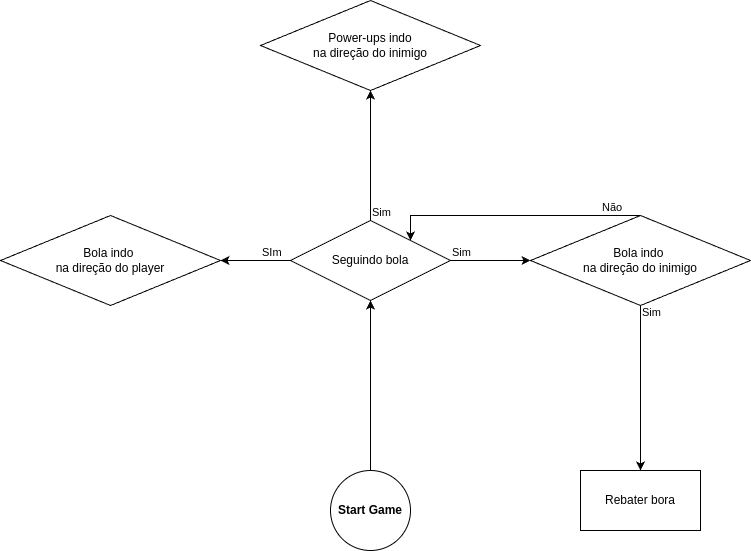
Before: FSM_diagram2.drawio.png, a diagram exported from draw.io (guiardev/Game-design-). Source tidied: cells renumbered, new cells last; positions are measured from the earlier drawing's top-left corner, leaving out a move shared by most shapes.
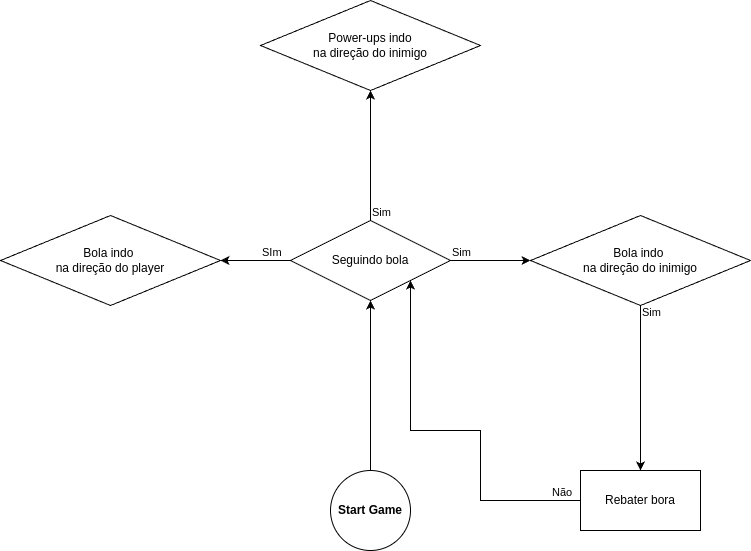
After the change.

What changed in the source:
```diff
@@ -51,17 +51,19 @@
         <mxPoint y="15" as="offset" />
       </mxGeometry>
     </mxCell>
-    <mxCell id="17" style="endArrow=classic;html=1;rounded=0;exitX=0.5;exitY=0;exitDx=0;exitDy=0;entryX=1;entryY=0;entryDx=0;entryDy=0;" parent="1" edge="1" source="5" target="3">
-      <mxGeometry relative="1" as="geometry">
-        <Array as="points">
-          <mxPoint x="510" y="215" />
-          <mxPoint x="410" y="215" />
-        </Array>
-      </mxGeometry>
-    </mxCell>
+    <mxCell id="19" style="endArrow=classic;html=1;rounded=0;exitX=0;exitY=0.5;exitDx=0;exitDy=0;entryX=1;entryY=1;entryDx=0;entryDy=0;" parent="1" edge="1" source="14" target="3">
+      <mxGeometry relative="1" as="geometry">
+        <Array as="points">
+          <mxPoint x="480" y="500" />
+          <mxPoint x="480" y="430" />
+          <mxPoint x="410" y="430" />
+          <mxPoint x="410" y="380" />
+        </Array>
+      </mxGeometry>
+    </mxCell>
-    <mxCell id="18" value="Não" style="edgeLabel;html=1;align=left;verticalAlign=bottom;" parent="17" vertex="1">
+    <mxCell id="18" value="Não" style="edgeLabel;html=1;align=left;verticalAlign=bottom;" parent="19" vertex="1">
       <mxGeometry x="-1" relative="1" as="geometry">
-        <mxPoint x="-40" as="offset" />
+        <mxPoint x="-30" as="offset" />
       </mxGeometry>
     </mxCell>
   </root>
```
